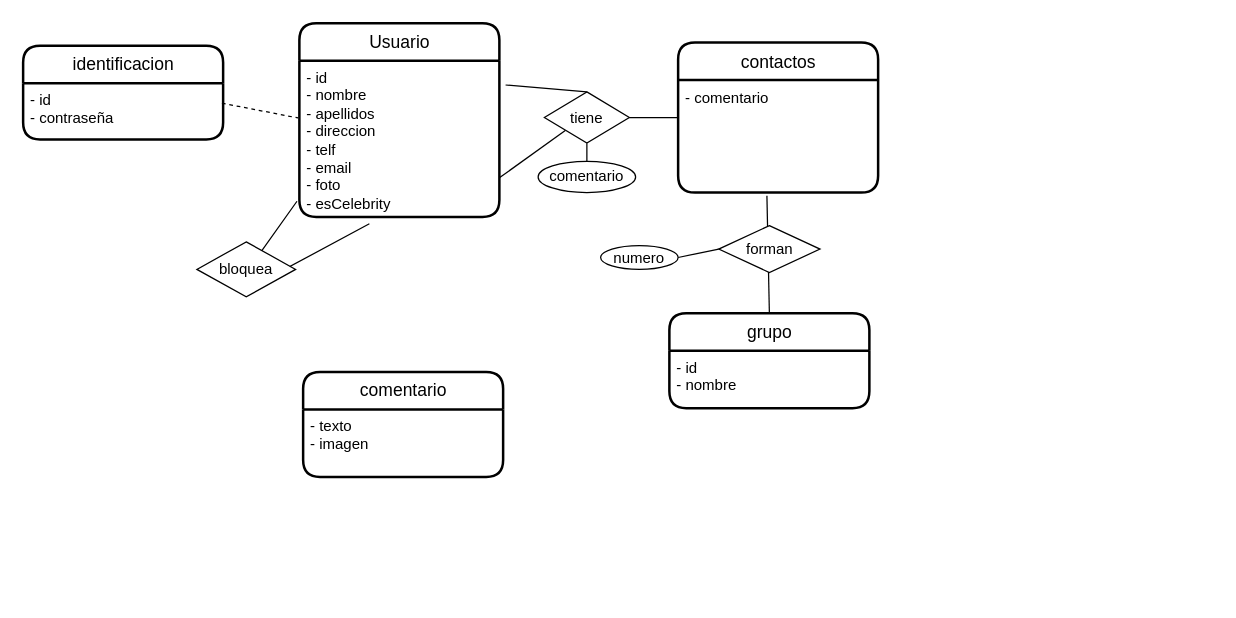
JuanMarinG/TA12_MYSQL keeps this draw.io diagram as ex14.drawio. Above is the earlier version. Source tidied: cells renumbered, new cells numbered last; positions are measured from the earlier drawing's top-left corner, leaving out a move shared by most shapes. Both pictures are drawn from the tidied source at 125%, with x=0, y=0 at pixel (22, 22).
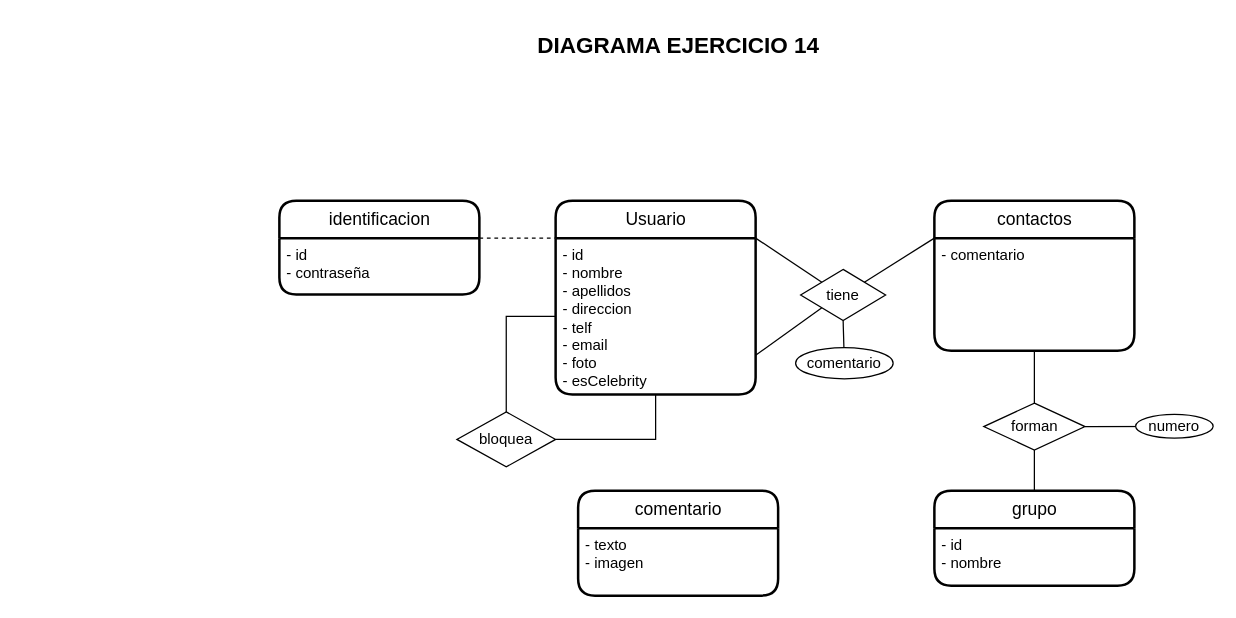
Above is the later version.

Commit message:
reeorganizar diagrama

Unchanged cells that the change refers to:
```xml
<mxCell id="3" value="&lt;div&gt;- id&lt;/div&gt;&lt;div&gt;- nombre&lt;/div&gt;&lt;div&gt;- apellidos&lt;/div&gt;&lt;div&gt;- direccion&lt;/div&gt;&lt;div&gt;- telf&lt;/div&gt;&lt;div&gt;- email&lt;/div&gt;&lt;div&gt;- foto&lt;/div&gt;&lt;div&gt;- esCelebrity&lt;br&gt;&lt;/div&gt;&lt;div&gt;&lt;br&gt;&lt;/div&gt;" style="align=left;strokeColor=none;fillColor=none;spacingLeft=4;fontSize=12;verticalAlign=top;html=1;" parent="2" vertex="1">
  <mxGeometry y="30" width="160" height="125" as="geometry" />
</mxCell>
<mxCell id="6" value="&lt;div&gt;- id&lt;/div&gt;&lt;div&gt;- contraseña&lt;br&gt;&lt;/div&gt;" style="align=left;strokeColor=none;fillColor=none;spacingLeft=4;fontSize=12;verticalAlign=top;html=1;" parent="5" vertex="1">
  <mxGeometry y="30" width="160" height="45" as="geometry" />
</mxCell>
<mxCell id="8" value="- comentario" style="align=left;strokeColor=none;fillColor=none;spacingLeft=4;fontSize=12;verticalAlign=top;html=1;" parent="7" vertex="1">
  <mxGeometry y="30" width="160" height="90" as="geometry" />
</mxCell>
```

Diff of the diagram source:
```diff
@@
     <mxCell id="2" value="Usuario" style="swimlane;horizontal=1;startSize=30;rounded=1;fontSize=14;fontStyle=0;strokeWidth=2;shadow=0;dashed=0;align=center;html=1;" parent="1" vertex="1">
-      <mxGeometry x="221" width="160" height="155" as="geometry" />
+      <mxGeometry x="426" y="142" width="160" height="155" as="geometry" />
     </mxCell>
@@
-    <mxCell id="4" style="endArrow=none;html=1;rounded=0;entryX=0.35;entryY=1.044;entryDx=0;entryDy=0;entryPerimeter=0;exitX=-0.012;exitY=0.9;exitDx=0;exitDy=0;exitPerimeter=0;" parent="2" edge="1" source="3" target="3">
-      <mxGeometry relative="1" as="geometry">
-        <Array as="points">
-          <mxPoint x="-35" y="189" />
-          <mxPoint x="-10" y="196" />
-        </Array>
-      </mxGeometry>
-    </mxCell>
     <mxCell id="5" value="identificacion" style="swimlane;horizontal=1;startSize=30;rounded=1;fontSize=14;fontStyle=0;strokeWidth=2;shadow=0;dashed=0;align=center;html=1;" parent="1" vertex="1">
-      <mxGeometry y="18" width="160" height="75" as="geometry" />
+      <mxGeometry x="205" y="142" width="160" height="75" as="geometry" />
     </mxCell>
@@
     <mxCell id="7" value="contactos" style="swimlane;horizontal=1;startSize=30;rounded=1;fontSize=14;fontStyle=0;strokeWidth=2;shadow=0;dashed=0;align=center;html=1;" parent="1" vertex="1">
-      <mxGeometry x="524" y="15.5" width="160" height="120" as="geometry" />
+      <mxGeometry x="729" y="142" width="160" height="120" as="geometry" />
     </mxCell>
@@
     <mxCell id="9" value="comentario" style="swimlane;horizontal=1;startSize=30;rounded=1;fontSize=14;fontStyle=0;strokeWidth=2;shadow=0;dashed=0;align=center;html=1;" parent="1" vertex="1">
-      <mxGeometry x="224" y="279" width="160" height="84" as="geometry" />
+      <mxGeometry x="444" y="374" width="160" height="84" as="geometry" />
     </mxCell>
@@
-    <mxCell id="11" style="endArrow=none;html=1;rounded=0;exitX=0.994;exitY=0.356;exitDx=0;exitDy=0;exitPerimeter=0;entryX=-0.006;entryY=0.367;entryDx=0;entryDy=0;entryPerimeter=0;dashed=1;" parent="1" edge="1" source="6" target="3">
+    <mxCell id="11" style="endArrow=none;html=1;rounded=0;exitX=1;exitY=0;exitDx=0;exitDy=0;entryX=0;entryY=0;entryDx=0;entryDy=0;dashed=1;" parent="1" edge="1" source="6" target="3">
       <mxGeometry relative="1" as="geometry" />
     </mxCell>
     <mxCell id="12" value="bloquea" style="shape=rhombus;perimeter=rhombusPerimeter;whiteSpace=wrap;html=1;align=center;" parent="1" vertex="1">
-      <mxGeometry x="139" y="175" width="79" height="44" as="geometry" />
+      <mxGeometry x="347" y="311" width="79" height="44" as="geometry" />
     </mxCell>
@@
-    <mxCell id="14" style="edgeStyle=orthogonalEdgeStyle;rounded=0;jettySize=auto;html=1;exitX=1;exitY=0.5;exitDx=0;exitDy=0;entryX=0;entryY=0.5;entryDx=0;entryDy=0;endArrow=none;endFill=0;" parent="1" edge="1" source="15" target="7">
-      <mxGeometry relative="1" as="geometry" />
-    </mxCell>
     <mxCell id="15" value="tiene" style="shape=rhombus;perimeter=rhombusPerimeter;whiteSpace=wrap;html=1;align=center;" parent="1" vertex="1">
-      <mxGeometry x="417" y="55" width="68" height="41" as="geometry" />
+      <mxGeometry x="622" y="197" width="68" height="41" as="geometry" />
     </mxCell>
-    <mxCell id="16" style="endArrow=none;html=1;rounded=0;exitX=1.031;exitY=0.156;exitDx=0;exitDy=0;entryX=0.5;entryY=0;entryDx=0;entryDy=0;exitPerimeter=0;" parent="1" edge="1" source="3" target="15">
+    <mxCell id="16" style="endArrow=none;html=1;rounded=0;exitX=1;exitY=0;exitDx=0;exitDy=0;entryX=0;entryY=0;entryDx=0;entryDy=0;" parent="1" edge="1" source="3" target="15">
       <mxGeometry relative="1" as="geometry" />
     </mxCell>
     <mxCell id="17" value="grupo" style="swimlane;horizontal=1;startSize=30;rounded=1;fontSize=14;fontStyle=0;strokeWidth=2;shadow=0;dashed=0;align=center;html=1;" parent="1" vertex="1">
-      <mxGeometry x="517" y="232" width="160" height="76" as="geometry" />
+      <mxGeometry x="729" y="374" width="160" height="76" as="geometry" />
     </mxCell>
@@
-    <mxCell id="19" style="endArrow=none;html=1;rounded=0;entryX=0.5;entryY=0;entryDx=0;entryDy=0;exitX=0.444;exitY=1.028;exitDx=0;exitDy=0;exitPerimeter=0;" parent="1" edge="1" source="8" target="17">
+    <mxCell id="19" style="endArrow=none;html=1;rounded=0;entryX=0.5;entryY=0;entryDx=0;entryDy=0;exitX=0.5;exitY=1;exitDx=0;exitDy=0;" parent="1" edge="1" source="8" target="20">
       <mxGeometry relative="1" as="geometry" />
     </mxCell>
     <mxCell id="20" value="forman" style="shape=rhombus;perimeter=rhombusPerimeter;whiteSpace=wrap;html=1;align=center;" parent="1" vertex="1">
-      <mxGeometry x="556.5" y="162" width="81" height="37.5" as="geometry" />
+      <mxGeometry x="768.5" y="304" width="81" height="37.5" as="geometry" />
     </mxCell>
@@
     <mxCell id="22" value="comentario" style="ellipse;whiteSpace=wrap;html=1;align=center;" parent="1" vertex="1">
-      <mxGeometry x="412" y="110.5" width="78" height="25" as="geometry" />
+      <mxGeometry x="618" y="259.5" width="78" height="25" as="geometry" />
     </mxCell>
-    <mxCell id="23" style="endArrow=none;html=1;rounded=0;entryX=0;entryY=0.5;entryDx=0;entryDy=0;exitX=1;exitY=0.5;exitDx=0;exitDy=0;" parent="1" edge="1" source="24" target="20">
+    <mxCell id="23" style="endArrow=none;html=1;rounded=0;entryX=1;entryY=0.5;entryDx=0;entryDy=0;exitX=1;exitY=0.5;exitDx=0;exitDy=0;" parent="1" edge="1" source="24" target="20">
       <mxGeometry relative="1" as="geometry" />
     </mxCell>
     <mxCell id="24" value="numero" style="ellipse;whiteSpace=wrap;html=1;align=center;" parent="1" vertex="1">
-      <mxGeometry x="462" y="178" width="62" height="19" as="geometry" />
+      <mxGeometry x="890" y="313" width="62" height="19" as="geometry" />
     </mxCell>
+    <mxCell id="25" value="&lt;font style=&quot;font-size: 18px;&quot;&gt;&lt;b&gt;DIAGRAMA EJERCICIO 14&lt;/b&gt;&lt;/font&gt;" style="text;html=1;align=center;verticalAlign=middle;strokeColor=none;fillColor=none;" parent="1" vertex="1">
+      <mxGeometry x="402" y="1" width="244" height="34" as="geometry" />
+    </mxCell>
+    <mxCell id="26" style="endArrow=none;html=1;rounded=0;exitX=1;exitY=0;exitDx=0;exitDy=0;entryX=0;entryY=0;entryDx=0;entryDy=0;" parent="1" edge="1" source="15" target="8">
+      <mxGeometry relative="1" as="geometry" />
+    </mxCell>
+    <mxCell id="27" style="endArrow=none;html=1;rounded=0;entryX=0.5;entryY=0;entryDx=0;entryDy=0;exitX=0.5;exitY=1;exitDx=0;exitDy=0;" parent="1" edge="1" source="20" target="17">
+      <mxGeometry relative="1" as="geometry" />
+    </mxCell>
+    <mxCell id="28" style="endArrow=none;html=1;rounded=0;fontSize=18;exitX=1;exitY=0.5;exitDx=0;exitDy=0;entryX=0.5;entryY=1;entryDx=0;entryDy=0;edgeStyle=orthogonalEdgeStyle;" parent="1" edge="1" source="12" target="2">
+      <mxGeometry relative="1" as="geometry" />
+    </mxCell>
+    <mxCell id="29" style="endArrow=none;html=1;rounded=0;fontSize=18;exitX=0.5;exitY=0;exitDx=0;exitDy=0;entryX=0;entryY=0.5;entryDx=0;entryDy=0;edgeStyle=orthogonalEdgeStyle;" parent="1" edge="1" source="12" target="3">
+      <mxGeometry relative="1" as="geometry" />
+    </mxCell>
```
